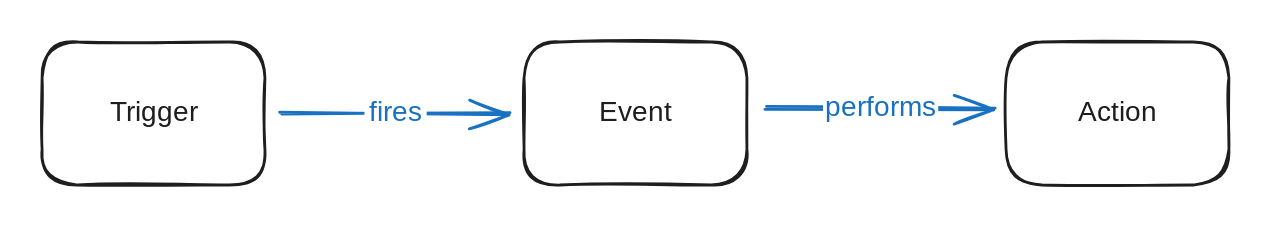
The Excalidraw diagram .gitbook/assets/file.excalidraw (1).svg in sygnaltech/sa5-docs, before a commit. Source tidied: one line per element, renumbered; positions are measured from the earlier drawing's top-left corner, leaving out a move shared by most shapes.
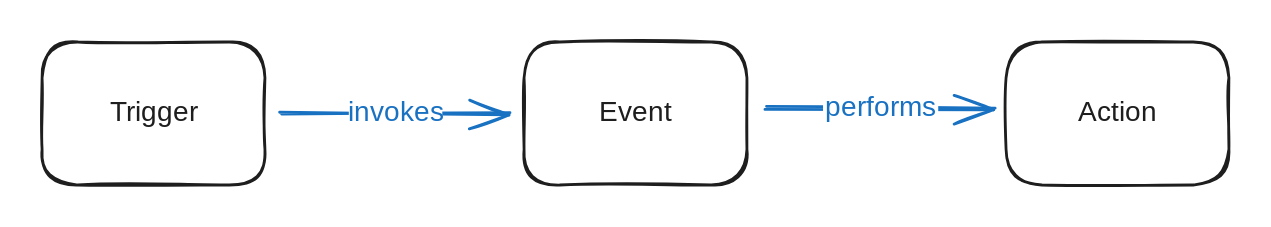
Above is the later version.

Diff of the diagram source:
```diff
@@ -5,6 +5,6 @@
 {"id": 4, "type": "rectangle", "strokeColor": "#1e1e1e", "strokeWidth": 2, "roughness": 1, "round": true, "x": 689, "y": 0, "width": 159, "height": 102}
 {"id": 5, "type": "text", "text": "Action", "strokeColor": "#1e1e1e", "strokeWidth": 2, "roughness": 1, "fontSize": 20, "fontFamily": 1, "textAlign": "center", "verticalAlign": "middle", "inside": 4, "x": 739, "y": 39, "width": 59, "height": 25}
 {"id": 6, "type": "arrow", "strokeColor": "#1971c2", "strokeWidth": 2, "roughness": 1, "endArrowhead": "arrow", "round": true, "from": 0, "to": 2, "x": 171, "y": 52, "width": 163, "height": 1, "points": [[0, 0], [163, -1]]}
-{"id": 7, "type": "text", "text": "fires", "strokeColor": "#1971c2", "strokeWidth": 2, "roughness": 1, "fontSize": 20, "fontFamily": 1, "textAlign": "center", "verticalAlign": "middle", "inside": 6, "x": 230, "y": 39, "width": 44, "height": 25}
+{"id": 7, "type": "text", "text": "invokes", "strokeColor": "#1971c2", "strokeWidth": 2, "roughness": 1, "fontSize": 20, "fontFamily": 1, "textAlign": "center", "verticalAlign": "middle", "inside": 6, "x": 219, "y": 39, "width": 67, "height": 25}
 {"id": 8, "type": "arrow", "strokeColor": "#1971c2", "strokeWidth": 2, "roughness": 1, "endArrowhead": "arrow", "round": true, "from": 2, "to": 4, "x": 517, "y": 47, "width": 164, "height": 1, "points": [[0, 0], [164, 1]]}
 {"id": 9, "type": "text", "text": "performs", "strokeColor": "#1971c2", "strokeWidth": 2, "roughness": 1, "fontSize": 20, "fontFamily": 1, "textAlign": "center", "verticalAlign": "middle", "inside": 8, "x": 558, "y": 35, "width": 82, "height": 25}
```
